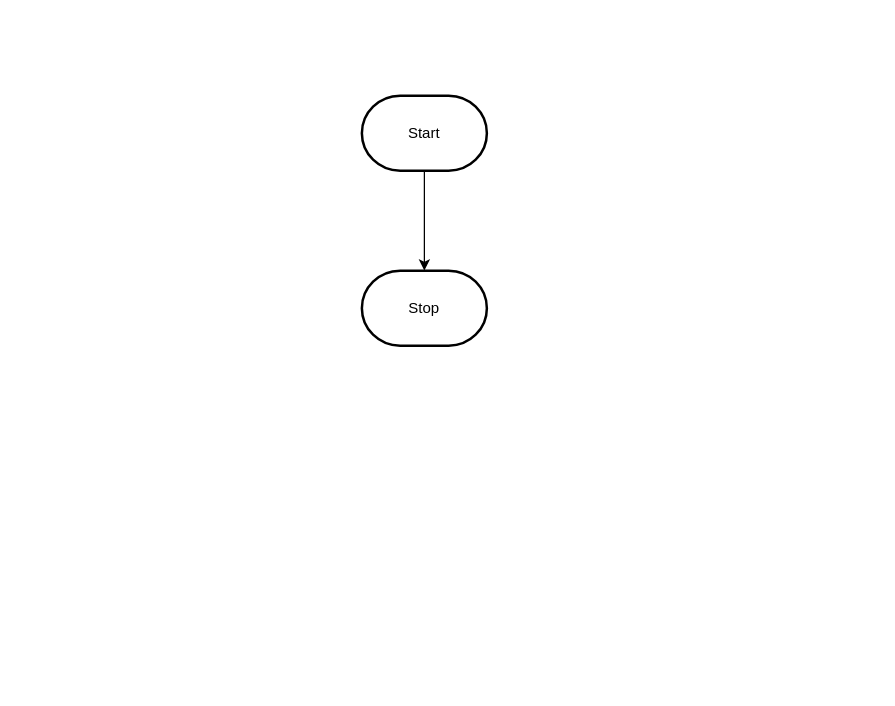
Above: design/flowchart.drawio in MTHS-TEJ2O-1-2023/TEJ2O-Unit-2-11-angelo-yalung (draw.io), before the change. Source tidied: cells renumbered, new cells numbered last; positions are measured from the earlier drawing's top-left corner, leaving out a move shared by most shapes. Both pictures are drawn from the tidied source at 125%, with x=0, y=0 at pixel (361, 95).
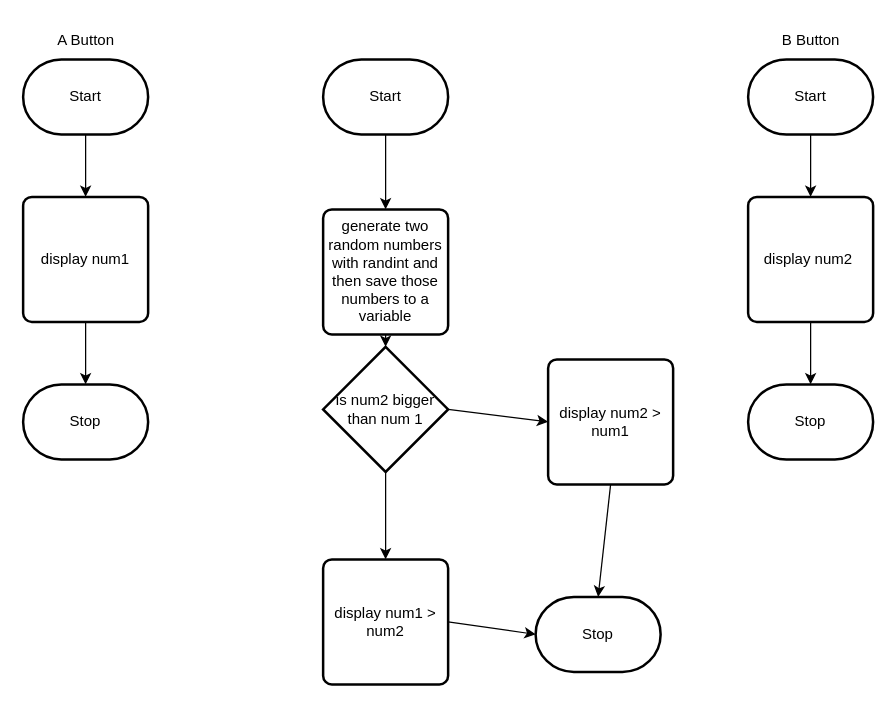
Above is the later version.

Change to the diagram source:
```diff
@@
-    <mxCell id="2" style="edgeStyle=orthogonalEdgeStyle;html=1;rounded=0;" parent="1" edge="1" source="3" target="4">
-      <mxGeometry relative="1" as="geometry" />
-    </mxCell>
+    <mxCell id="5" style="edgeStyle=none;html=1;exitX=0.5;exitY=1;exitDx=0;exitDy=0;exitPerimeter=0;entryX=0.5;entryY=0;entryDx=0;entryDy=0;" parent="1" edge="1" source="3" target="14">
+      <mxGeometry relative="1" as="geometry" />
+    </mxCell>
     <mxCell id="3" value="Start" style="strokeWidth=2;html=1;shape=mxgraph.flowchart.terminator;whiteSpace=wrap;" parent="1" vertex="1">
-      <mxGeometry width="100" height="60" as="geometry" />
+      <mxGeometry x="-31" y="-29" width="100" height="60" as="geometry" />
     </mxCell>
     <mxCell id="4" value="Stop" style="strokeWidth=2;html=1;shape=mxgraph.flowchart.terminator;whiteSpace=wrap;" parent="1" vertex="1">
-      <mxGeometry y="140" width="100" height="60" as="geometry" />
+      <mxGeometry x="139" y="401" width="100" height="60" as="geometry" />
     </mxCell>
+    <mxCell id="6" style="edgeStyle=none;html=1;exitX=0.5;exitY=1;exitDx=0;exitDy=0;exitPerimeter=0;" parent="1" edge="1" source="2" target="23">
+      <mxGeometry relative="1" as="geometry" />
+    </mxCell>
+    <mxCell id="2" value="Start" style="strokeWidth=2;html=1;shape=mxgraph.flowchart.terminator;whiteSpace=wrap;" parent="1" vertex="1">
+      <mxGeometry x="309" y="-29" width="100" height="60" as="geometry" />
+    </mxCell>
+    <mxCell id="7" style="edgeStyle=none;html=1;exitX=0.5;exitY=1;exitDx=0;exitDy=0;exitPerimeter=0;entryX=0.5;entryY=0;entryDx=0;entryDy=0;" parent="1" edge="1" source="8" target="25">
+      <mxGeometry relative="1" as="geometry" />
+    </mxCell>
+    <mxCell id="8" value="Start" style="strokeWidth=2;html=1;shape=mxgraph.flowchart.terminator;whiteSpace=wrap;" parent="1" vertex="1">
+      <mxGeometry x="-271" y="-29" width="100" height="60" as="geometry" />
+    </mxCell>
+    <mxCell id="9" value="Stop" style="strokeWidth=2;html=1;shape=mxgraph.flowchart.terminator;whiteSpace=wrap;" parent="1" vertex="1">
+      <mxGeometry x="309" y="231" width="100" height="60" as="geometry" />
+    </mxCell>
+    <mxCell id="10" value="Stop" style="strokeWidth=2;html=1;shape=mxgraph.flowchart.terminator;whiteSpace=wrap;" parent="1" vertex="1">
+      <mxGeometry x="-271" y="231" width="100" height="60" as="geometry" />
+    </mxCell>
+    <mxCell id="11" value="A Button" style="text;html=1;align=center;verticalAlign=middle;strokeColor=none;fillColor=none;" parent="1" vertex="1">
+      <mxGeometry x="-256" y="-59" width="70" height="30" as="geometry" />
+    </mxCell>
+    <mxCell id="12" value="B Button" style="text;html=1;align=center;verticalAlign=middle;strokeColor=none;fillColor=none;" parent="1" vertex="1">
+      <mxGeometry x="324" y="-59" width="70" height="30" as="geometry" />
+    </mxCell>
+    <mxCell id="13" style="edgeStyle=none;html=1;exitX=0.5;exitY=1;exitDx=0;exitDy=0;entryX=0.5;entryY=0;entryDx=0;entryDy=0;entryPerimeter=0;" parent="1" edge="1" source="14" target="21">
+      <mxGeometry relative="1" as="geometry" />
+    </mxCell>
+    <mxCell id="14" value="generate two random numbers with randint and then save those numbers to a variable" style="rounded=1;whiteSpace=wrap;html=1;absoluteArcSize=1;arcSize=14;strokeWidth=2;" parent="1" vertex="1">
+      <mxGeometry x="-31" y="91" width="100" height="100" as="geometry" />
+    </mxCell>
+    <mxCell id="15" style="edgeStyle=none;html=1;exitX=1;exitY=0.5;exitDx=0;exitDy=0;entryX=0;entryY=0.5;entryDx=0;entryDy=0;entryPerimeter=0;" parent="1" edge="1" source="16" target="4">
+      <mxGeometry relative="1" as="geometry" />
+    </mxCell>
+    <mxCell id="16" value="display num1 &amp;gt; num2" style="rounded=1;whiteSpace=wrap;html=1;absoluteArcSize=1;arcSize=14;strokeWidth=2;" parent="1" vertex="1">
+      <mxGeometry x="-31" y="371" width="100" height="100" as="geometry" />
+    </mxCell>
+    <mxCell id="17" style="edgeStyle=none;html=1;exitX=0.5;exitY=1;exitDx=0;exitDy=0;entryX=0.5;entryY=0;entryDx=0;entryDy=0;entryPerimeter=0;" parent="1" edge="1" source="18" target="4">
+      <mxGeometry relative="1" as="geometry" />
+    </mxCell>
+    <mxCell id="18" value="display num2 &amp;gt; num1" style="rounded=1;whiteSpace=wrap;html=1;absoluteArcSize=1;arcSize=14;strokeWidth=2;" parent="1" vertex="1">
+      <mxGeometry x="149" y="211" width="100" height="100" as="geometry" />
+    </mxCell>
+    <mxCell id="19" style="edgeStyle=none;html=1;exitX=0.5;exitY=1;exitDx=0;exitDy=0;exitPerimeter=0;entryX=0.5;entryY=0;entryDx=0;entryDy=0;" parent="1" edge="1" source="21" target="16">
+      <mxGeometry relative="1" as="geometry" />
+    </mxCell>
+    <mxCell id="20" style="edgeStyle=none;html=1;exitX=1;exitY=0.5;exitDx=0;exitDy=0;exitPerimeter=0;entryX=0;entryY=0.5;entryDx=0;entryDy=0;" parent="1" edge="1" source="21" target="18">
+      <mxGeometry relative="1" as="geometry" />
+    </mxCell>
+    <mxCell id="21" value="is num2 bigger than num 1" style="strokeWidth=2;html=1;shape=mxgraph.flowchart.decision;whiteSpace=wrap;" parent="1" vertex="1">
+      <mxGeometry x="-31" y="201" width="100" height="100" as="geometry" />
+    </mxCell>
+    <mxCell id="22" style="edgeStyle=none;html=1;exitX=0.5;exitY=1;exitDx=0;exitDy=0;entryX=0.5;entryY=0;entryDx=0;entryDy=0;entryPerimeter=0;" parent="1" edge="1" source="23" target="9">
+      <mxGeometry relative="1" as="geometry" />
+    </mxCell>
+    <mxCell id="23" value="display num2&amp;nbsp;" style="rounded=1;whiteSpace=wrap;html=1;absoluteArcSize=1;arcSize=14;strokeWidth=2;" parent="1" vertex="1">
+      <mxGeometry x="309" y="81" width="100" height="100" as="geometry" />
+    </mxCell>
+    <mxCell id="24" style="edgeStyle=none;html=1;exitX=0.5;exitY=1;exitDx=0;exitDy=0;entryX=0.5;entryY=0;entryDx=0;entryDy=0;entryPerimeter=0;" parent="1" edge="1" source="25" target="10">
+      <mxGeometry relative="1" as="geometry" />
+    </mxCell>
+    <mxCell id="25" value="display num1" style="rounded=1;whiteSpace=wrap;html=1;absoluteArcSize=1;arcSize=14;strokeWidth=2;" parent="1" vertex="1">
+      <mxGeometry x="-271" y="81" width="100" height="100" as="geometry" />
+    </mxCell>
```
